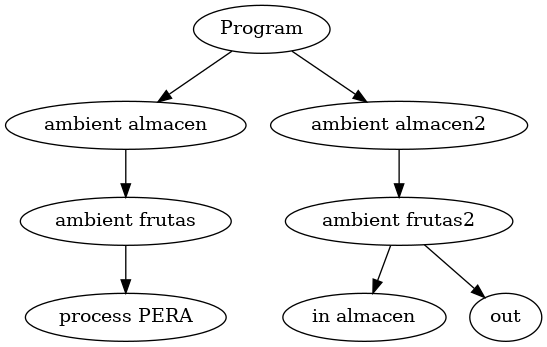
Earlier version of the Graphviz export ast.png (Sebas03446/AmbientCalculusLanguage). Its source is kept beside it as ast.dot.
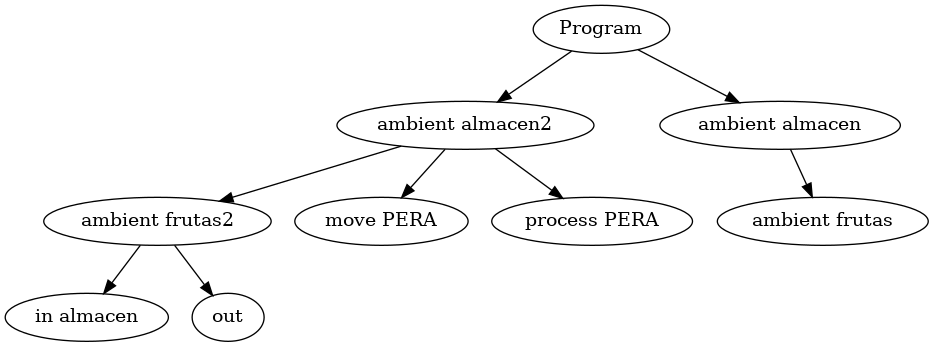
The same diagram one commit later.

Diff of the diagram source:
```diff
@@ -1,17 +1,19 @@
 digraph G {
   node0 [label="Program"];
-  node1 [label="ambient almacen"];
-  node2 [label="ambient frutas"];
-  node3 [label="process PERA"];
-  node4 [label="ambient almacen2"];
-  node5 [label="ambient frutas2"];
-  node6 [label="in almacen"];
-  node7 [label="out"];
+  node1 [label="ambient almacen2"];
+  node2 [label="ambient frutas2"];
+  node3 [label="in almacen"];
+  node4 [label="out"];
+  node5 [label="move PERA"];
+  node6 [label="process PERA"];
+  node7 [label="ambient almacen"];
+  node8 [label="ambient frutas"];
   node0 -> node1;
   node1 -> node2;
   node2 -> node3;
-  node0 -> node4;
-  node4 -> node5;
-  node5 -> node6;
-  node5 -> node7;
+  node2 -> node4;
+  node1 -> node5;
+  node1 -> node6;
+  node0 -> node7;
+  node7 -> node8;
 }
```
